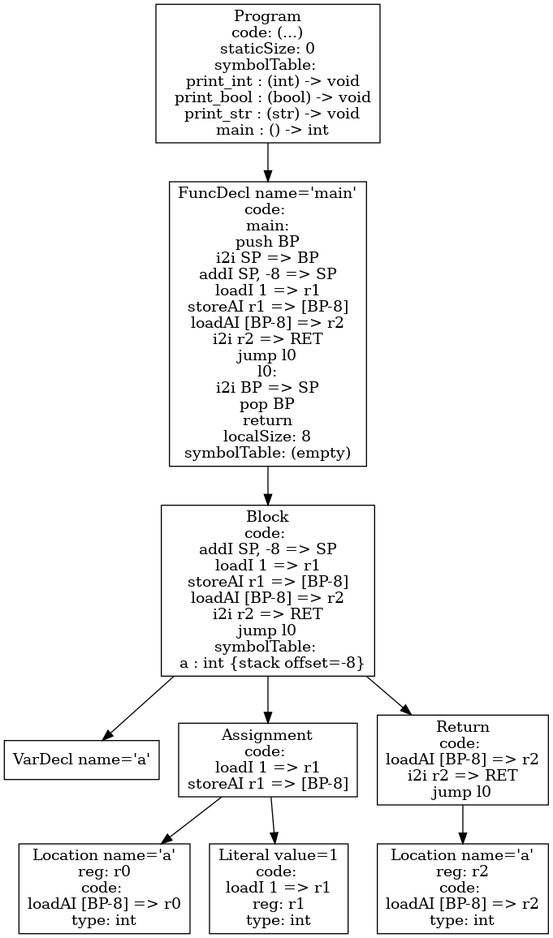
Above: p4-codegen/ast.png in tran3jm/f22_compilers (Graphviz), before the change. Its source is kept beside it as p4-codegen/ast.dot.
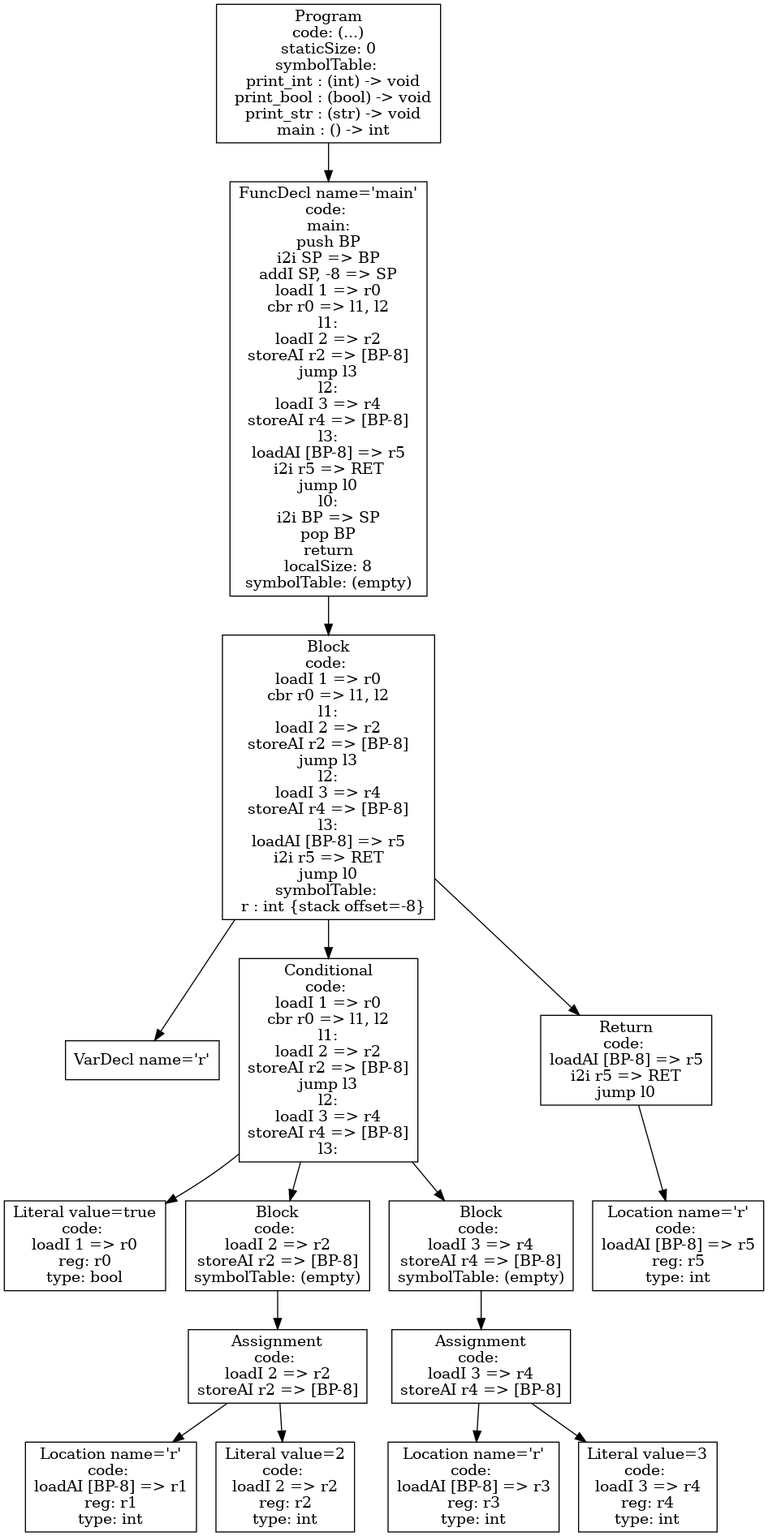
Later version of the same file.

What changed in the source:
```diff
@@ -1,18 +1,32 @@
 digraph AST {
-3 [shape=box, label="VarDecl name='a'"];
-5 [shape=box, label="Location name='a'\nreg: r0\ncode: \nloadAI [BP-8] => r0\ntype: int"];
-6 [shape=box, label="Literal value=1\ncode: \nloadI 1 => r1\nreg: r1\ntype: int"];
-4 [shape=box, label="Assignment\ncode: \nloadI 1 => r1\nstoreAI r1 => [BP-8]"];
+3 [shape=box, label="VarDecl name='r'"];
+5 [shape=box, label="Literal value=true\ncode: \nloadI 1 => r0\nreg: r0\ntype: bool"];
+8 [shape=box, label="Location name='r'\ncode: \nloadAI [BP-8] => r1\nreg: r1\ntype: int"];
+9 [shape=box, label="Literal value=2\ncode: \nloadI 2 => r2\nreg: r2\ntype: int"];
+7 [shape=box, label="Assignment\ncode: \nloadI 2 => r2\nstoreAI r2 => [BP-8]"];
+7 -> 8;
+7 -> 9;
+6 [shape=box, label="Block\ncode: \nloadI 2 => r2\nstoreAI r2 => [BP-8]\nsymbolTable: (empty)"];
+6 -> 7;
+12 [shape=box, label="Location name='r'\ncode: \nloadAI [BP-8] => r3\nreg: r3\ntype: int"];
+13 [shape=box, label="Literal value=3\ncode: \nloadI 3 => r4\nreg: r4\ntype: int"];
+11 [shape=box, label="Assignment\ncode: \nloadI 3 => r4\nstoreAI r4 => [BP-8]"];
+11 -> 12;
+11 -> 13;
+10 [shape=box, label="Block\ncode: \nloadI 3 => r4\nstoreAI r4 => [BP-8]\nsymbolTable: (empty)"];
+10 -> 11;
+4 [shape=box, label="Conditional\ncode: \nloadI 1 => r0\ncbr r0 => l1, l2\nl1:\nloadI 2 => r2\nstoreAI r2 => [BP-8]\njump l3\nl2:\nloadI 3 => r4\nstoreAI r4 => [BP-8]\nl3:"];
 4 -> 5;
 4 -> 6;
-8 [shape=box, label="Location name='a'\nreg: r2\ncode: \nloadAI [BP-8] => r2\ntype: int"];
-7 [shape=box, label="Return\ncode: \nloadAI [BP-8] => r2\ni2i r2 => RET\njump l0"];
-7 -> 8;
-2 [shape=box, label="Block\ncode: \naddI SP, -8 => SP\nloadI 1 => r1\nstoreAI r1 => [BP-8]\nloadAI [BP-8] => r2\ni2i r2 => RET\njump l0\nsymbolTable: \n  a : int {stack offset=-8}"];
+4 -> 10;
+15 [shape=box, label="Location name='r'\ncode: \nloadAI [BP-8] => r5\nreg: r5\ntype: int"];
+14 [shape=box, label="Return\ncode: \nloadAI [BP-8] => r5\ni2i r5 => RET\njump l0"];
+14 -> 15;
+2 [shape=box, label="Block\ncode: \nloadI 1 => r0\ncbr r0 => l1, l2\nl1:\nloadI 2 => r2\nstoreAI r2 => [BP-8]\njump l3\nl2:\nloadI 3 => r4\nstoreAI r4 => [BP-8]\nl3:\nloadAI [BP-8] => r5\ni2i r5 => RET\njump l0\nsymbolTable: \n  r : int {stack offset=-8}"];
 2 -> 3;
 2 -> 4;
-2 -> 7;
-1 [shape=box, label="FuncDecl name='main'\ncode: \nmain:\npush BP\ni2i SP => BP\naddI SP, -8 => SP\nloadI 1 => r1\nstoreAI r1 => [BP-8]\nloadAI [BP-8] => r2\ni2i r2 => RET\njump l0\nl0:\ni2i BP => SP\npop BP\nreturn\nlocalSize: 8\nsymbolTable: (empty)"];
+2 -> 14;
+1 [shape=box, label="FuncDecl name='main'\ncode: \nmain:\npush BP\ni2i SP => BP\naddI SP, -8 => SP\nloadI 1 => r0\ncbr r0 => l1, l2\nl1:\nloadI 2 => r2\nstoreAI r2 => [BP-8]\njump l3\nl2:\nloadI 3 => r4\nstoreAI r4 => [BP-8]\nl3:\nloadAI [BP-8] => r5\ni2i r5 => RET\njump l0\nl0:\ni2i BP => SP\npop BP\nreturn\nlocalSize: 8\nsymbolTable: (empty)"];
 1 -> 2;
 0 [shape=box, label="Program\ncode: (...)\nstaticSize: 0\nsymbolTable: \n  print_int : (int) -> void\n  print_bool : (bool) -> void\n  print_str : (str) -> void\n  main : () -> int"];
 0 -> 1;
```
